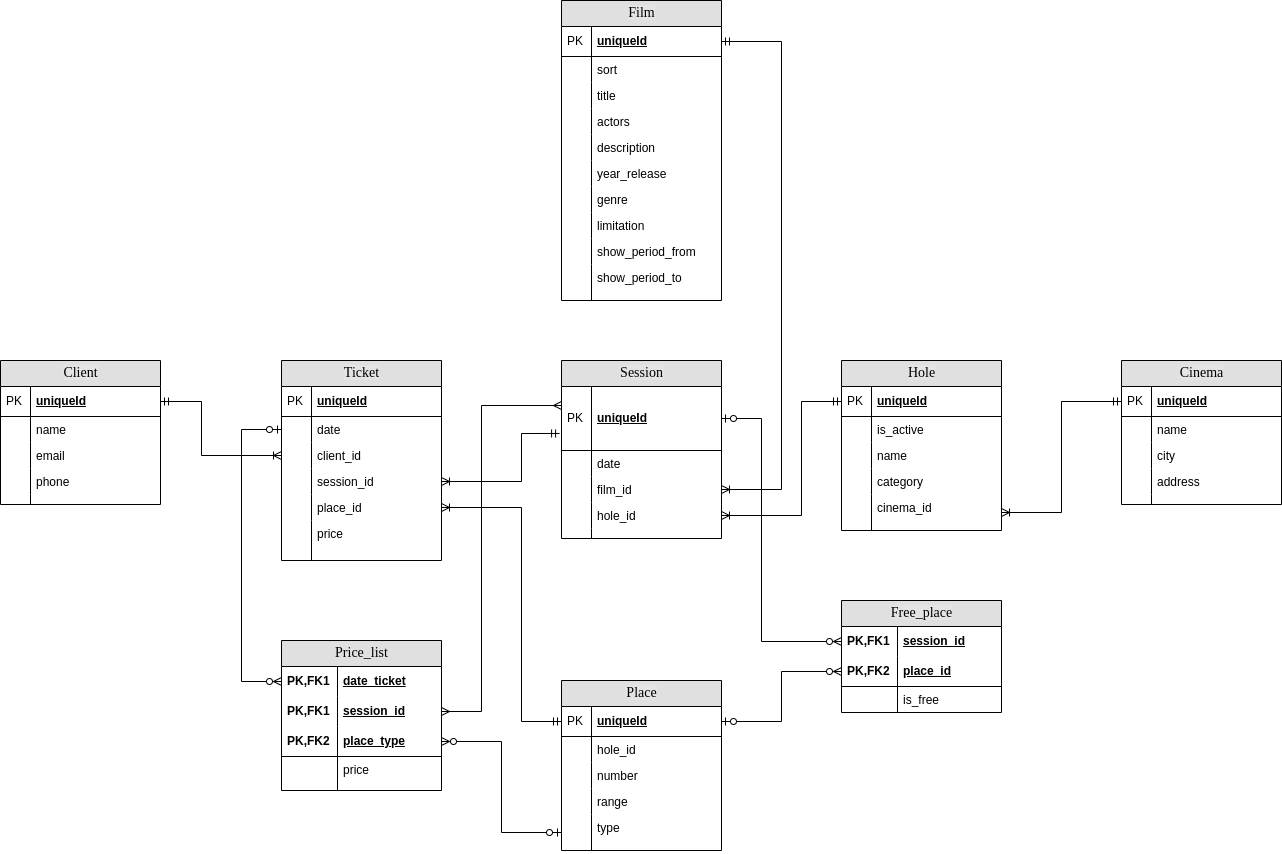
Above: otus-kiho.drawio.png in otusteamedu/PHP_2025 (draw.io), before the change. Source tidied: cells renumbered, new cells last; positions are measured from the earlier drawing's top-left corner, leaving out a move shared by most shapes.
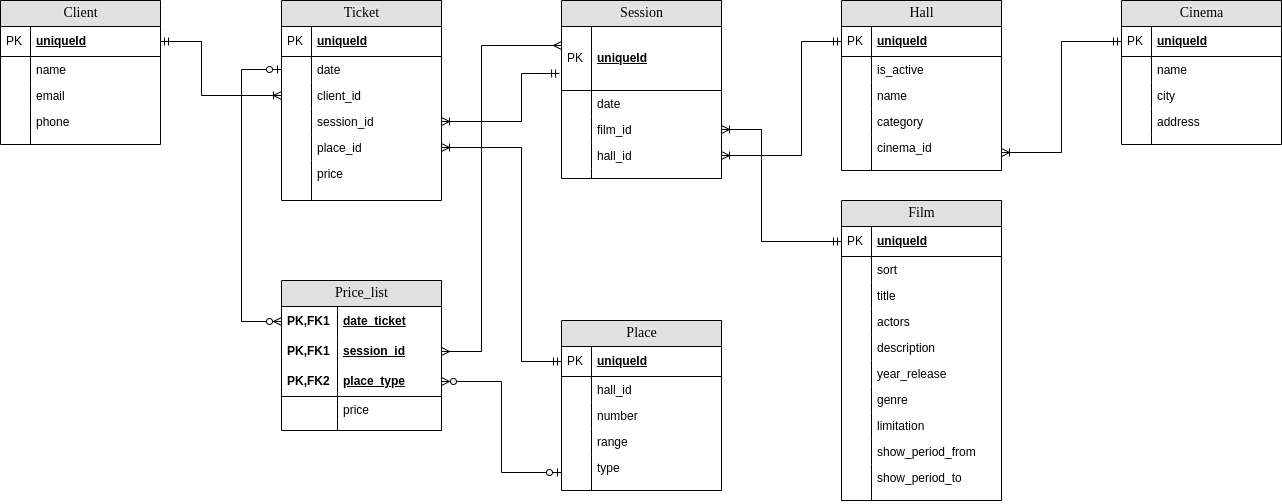
The same file after the commit.

What changed in the source:
```diff
@@ -95,7 +95,7 @@
     <mxCell id="32" style="shape=partialRectangle;top=0;left=0;bottom=0;html=1;fillColor=none;align=left;verticalAlign=top;spacingLeft=4;spacingRight=4;whiteSpace=wrap;overflow=hidden;" parent="31" vertex="1">
       <mxGeometry width="30" height="26" as="geometry" />
     </mxCell>
-    <mxCell id="33" value="hole_id" style="shape=partialRectangle;top=0;left=0;right=0;bottom=0;html=1;align=left;verticalAlign=top;fillColor=none;spacingLeft=34;spacingRight=4;whiteSpace=wrap;overflow=hidden;points=[[0,0.5],[1,0.5]];portConstraint=eastwest;" parent="26" vertex="1">
+    <mxCell id="33" value="hall_id" style="shape=partialRectangle;top=0;left=0;right=0;bottom=0;html=1;align=left;verticalAlign=top;fillColor=none;spacingLeft=34;spacingRight=4;whiteSpace=wrap;overflow=hidden;points=[[0,0.5],[1,0.5]];portConstraint=eastwest;" parent="26" vertex="1">
       <mxGeometry y="142" width="160" height="26" as="geometry" />
     </mxCell>
     <mxCell id="34" style="shape=partialRectangle;top=0;left=0;bottom=0;html=1;fillColor=none;align=left;verticalAlign=top;spacingLeft=4;spacingRight=4;whiteSpace=wrap;overflow=hidden;" parent="33" vertex="1">
@@ -107,7 +107,7 @@
     <mxCell id="36" style="shape=partialRectangle;top=0;left=0;bottom=0;html=1;fillColor=none;align=left;verticalAlign=top;spacingLeft=4;spacingRight=4;whiteSpace=wrap;overflow=hidden;" parent="35" vertex="1">
       <mxGeometry width="30" height="10" as="geometry" />
     </mxCell>
-    <mxCell id="37" value="&lt;span style=&quot;white-space: pre-wrap; background-color: rgb(228, 228, 228);&quot;&gt;&lt;font style=&quot;&quot;&gt;Hole&lt;/font&gt;&lt;/span&gt;" style="swimlane;html=1;fontStyle=0;horizontal=1;startSize=26;fillColor=#e0e0e0;swimlaneFillColor=#ffffff;align=center;rounded=0;shadow=0;comic=0;labelBackgroundColor=none;strokeWidth=1;fontFamily=Verdana;fontSize=14;" parent="1" vertex="1">
+    <mxCell id="37" value="&lt;span style=&quot;white-space: pre-wrap; background-color: rgb(228, 228, 228);&quot;&gt;&lt;font style=&quot;&quot;&gt;Hall&lt;/font&gt;&lt;/span&gt;" style="swimlane;html=1;fontStyle=0;horizontal=1;startSize=26;fillColor=#e0e0e0;swimlaneFillColor=#ffffff;align=center;rounded=0;shadow=0;comic=0;labelBackgroundColor=none;strokeWidth=1;fontFamily=Verdana;fontSize=14;" parent="1" vertex="1">
       <mxGeometry x="841" y="360" width="160" height="170" as="geometry" />
     </mxCell>
     <mxCell id="38" value="uniqueId" style="shape=partialRectangle;top=0;left=0;right=0;bottom=1;html=1;align=left;verticalAlign=middle;fillColor=none;spacingLeft=34;spacingRight=4;whiteSpace=wrap;overflow=hidden;points=[[0,0.5],[1,0.5]];portConstraint=eastwest;fontStyle=5;" parent="37" vertex="1">
@@ -174,7 +174,7 @@
       <mxGeometry width="30" height="10" as="geometry" />
     </mxCell>
     <mxCell id="59" value="&lt;span style=&quot;white-space: pre-wrap; background-color: rgb(228, 228, 228);&quot;&gt;&lt;font style=&quot;&quot;&gt;Film&lt;/font&gt;&lt;/span&gt;" style="swimlane;html=1;fontStyle=0;horizontal=1;startSize=26;fillColor=#e0e0e0;swimlaneFillColor=#ffffff;align=center;rounded=0;shadow=0;comic=0;labelBackgroundColor=none;strokeWidth=1;fontFamily=Verdana;fontSize=14;" parent="1" vertex="1">
-      <mxGeometry x="561" width="160" height="300" as="geometry" />
+      <mxGeometry x="841" y="560" width="160" height="300" as="geometry" />
     </mxCell>
     <mxCell id="60" value="uniqueId" style="shape=partialRectangle;top=0;left=0;right=0;bottom=1;html=1;align=left;verticalAlign=middle;fillColor=none;spacingLeft=34;spacingRight=4;whiteSpace=wrap;overflow=hidden;points=[[0,0.5],[1,0.5]];portConstraint=eastwest;fontStyle=5;" parent="59" vertex="1">
       <mxGeometry y="26" width="160" height="30" as="geometry" />
@@ -245,7 +245,7 @@
     <mxCell id="82" value="PK" style="shape=partialRectangle;top=0;left=0;bottom=0;html=1;fillColor=none;align=left;verticalAlign=middle;spacingLeft=4;spacingRight=4;whiteSpace=wrap;overflow=hidden;" parent="81" vertex="1">
       <mxGeometry width="30" height="30" as="geometry" />
     </mxCell>
-    <mxCell id="83" value="hole_id" style="shape=partialRectangle;top=0;left=0;right=0;bottom=0;html=1;align=left;verticalAlign=top;fillColor=none;spacingLeft=34;spacingRight=4;whiteSpace=wrap;overflow=hidden;" parent="80" vertex="1">
+    <mxCell id="83" value="hall_id" style="shape=partialRectangle;top=0;left=0;right=0;bottom=0;html=1;align=left;verticalAlign=top;fillColor=none;spacingLeft=34;spacingRight=4;whiteSpace=wrap;overflow=hidden;" parent="80" vertex="1">
       <mxGeometry y="56" width="160" height="26" as="geometry" />
     </mxCell>
     <mxCell id="84" style="shape=partialRectangle;top=0;left=0;bottom=0;html=1;fillColor=none;align=left;verticalAlign=top;spacingLeft=4;spacingRight=4;whiteSpace=wrap;overflow=hidden;" parent="83" vertex="1">
@@ -269,27 +269,6 @@
     <mxCell id="90" style="shape=partialRectangle;top=0;left=0;bottom=0;html=1;fillColor=none;align=left;verticalAlign=top;spacingLeft=4;spacingRight=4;whiteSpace=wrap;overflow=hidden;" parent="89" vertex="1">
       <mxGeometry width="30" height="36" as="geometry" />
     </mxCell>
-    <mxCell id="91" value="&lt;span style=&quot;white-space: pre-wrap; background-color: rgb(228, 228, 228);&quot;&gt;Free_place&lt;/span&gt;" style="swimlane;html=1;fontStyle=0;horizontal=1;startSize=26;fillColor=#e0e0e0;swimlaneFillColor=#ffffff;align=center;rounded=0;shadow=0;comic=0;labelBackgroundColor=none;strokeWidth=1;fontFamily=Verdana;fontSize=14;" parent="1" vertex="1">
-      <mxGeometry x="841" y="600" width="160" height="112" as="geometry" />
-    </mxCell>
-    <mxCell id="92" value="session_id" style="shape=partialRectangle;top=0;left=0;right=0;bottom=0;html=1;align=left;verticalAlign=middle;fillColor=none;spacingLeft=60;spacingRight=4;whiteSpace=wrap;overflow=hidden;points=[[0,0.5],[1,0.5]];portConstraint=eastwest;fontStyle=5;" parent="91" vertex="1">
-      <mxGeometry y="26" width="160" height="30" as="geometry" />
-    </mxCell>
-    <mxCell id="93" value="PK,FK1" style="shape=partialRectangle;fontStyle=1;top=0;left=0;bottom=0;html=1;fillColor=none;align=left;verticalAlign=middle;spacingLeft=4;spacingRight=4;whiteSpace=wrap;overflow=hidden;" parent="92" vertex="1">
-      <mxGeometry width="56" height="30" as="geometry" />
-    </mxCell>
-    <mxCell id="94" value="place_id" style="shape=partialRectangle;top=0;left=0;right=0;bottom=1;html=1;align=left;verticalAlign=middle;fillColor=none;spacingLeft=60;spacingRight=4;whiteSpace=wrap;overflow=hidden;points=[[0,0.5],[1,0.5]];portConstraint=eastwest;fontStyle=5;" parent="91" vertex="1">
-      <mxGeometry y="56" width="160" height="30" as="geometry" />
-    </mxCell>
-    <mxCell id="95" value="PK,FK2" style="shape=partialRectangle;fontStyle=1;top=0;left=0;bottom=0;html=1;fillColor=none;align=left;verticalAlign=middle;spacingLeft=4;spacingRight=4;whiteSpace=wrap;overflow=hidden;" parent="94" vertex="1">
-      <mxGeometry width="56" height="30" as="geometry" />
-    </mxCell>
-    <mxCell id="96" value="is_free" style="shape=partialRectangle;top=0;left=0;right=0;bottom=0;html=1;align=left;verticalAlign=top;fillColor=none;spacingLeft=60;spacingRight=4;whiteSpace=wrap;overflow=hidden;" parent="91" vertex="1">
-      <mxGeometry y="86" width="160" height="26" as="geometry" />
-    </mxCell>
-    <mxCell id="97" style="shape=partialRectangle;top=0;left=0;bottom=0;html=1;fillColor=none;align=left;verticalAlign=top;spacingLeft=4;spacingRight=4;whiteSpace=wrap;overflow=hidden;" parent="96" vertex="1">
-      <mxGeometry width="56" height="26" as="geometry" />
-    </mxCell>
     <mxCell id="98" value="Price_list" style="swimlane;html=1;fontStyle=0;horizontal=1;startSize=26;fillColor=#e0e0e0;swimlaneFillColor=#ffffff;align=center;rounded=0;shadow=0;comic=0;labelBackgroundColor=none;strokeWidth=1;fontFamily=Verdana;fontSize=14;" parent="1" vertex="1">
       <mxGeometry x="281" y="640" width="160" height="150" as="geometry" />
     </mxCell>
@@ -341,14 +320,6 @@
         </Array>
       </mxGeometry>
     </mxCell>
-    <mxCell id="110" style="endArrow=ERmandOne;html=1;rounded=0;exitX=1;exitY=0.5;exitDx=0;exitDy=0;entryX=1;entryY=0.5;entryDx=0;entryDy=0;edgeStyle=orthogonalEdgeStyle;startArrow=ERoneToMany;startFill=0;endFill=0;" parent="1" edge="1" source="31" target="60">
-      <mxGeometry relative="1" as="geometry">
-        <Array as="points">
-          <mxPoint x="781" y="489" />
-          <mxPoint x="781" y="41" />
-        </Array>
-      </mxGeometry>
-    </mxCell>
     <mxCell id="111" style="endArrow=ERmandOne;html=1;rounded=0;exitX=1;exitY=0.5;exitDx=0;exitDy=0;entryX=0;entryY=0.5;entryDx=0;entryDy=0;edgeStyle=elbowEdgeStyle;startArrow=ERoneToMany;startFill=0;endFill=0;" parent="1" edge="1" source="33" target="38">
       <mxGeometry relative="1" as="geometry">
         <Array as="points">
@@ -359,17 +330,6 @@
     <mxCell id="112" style="endArrow=ERmandOne;html=1;rounded=0;exitX=1;exitY=0.5;exitDx=0;exitDy=0;entryX=0;entryY=0.5;entryDx=0;entryDy=0;edgeStyle=orthogonalEdgeStyle;startArrow=ERoneToMany;startFill=0;endFill=0;" parent="1" edge="1" source="46" target="49">
       <mxGeometry relative="1" as="geometry" />
     </mxCell>
-    <mxCell id="113" style="endArrow=ERzeroToOne;html=1;rounded=0;entryX=1;entryY=0.5;entryDx=0;entryDy=0;exitX=0;exitY=0.5;exitDx=0;exitDy=0;startArrow=ERzeroToMany;startFill=0;endFill=0;edgeStyle=orthogonalEdgeStyle;" parent="1" edge="1" source="92" target="27">
-      <mxGeometry relative="1" as="geometry">
-        <Array as="points">
-          <mxPoint x="761" y="641" />
-          <mxPoint x="761" y="418" />
-        </Array>
-      </mxGeometry>
-    </mxCell>
-    <mxCell id="114" style="endArrow=ERzeroToMany;html=1;rounded=0;exitX=1;exitY=0.5;exitDx=0;exitDy=0;entryX=0;entryY=0.5;entryDx=0;entryDy=0;edgeStyle=orthogonalEdgeStyle;endFill=0;startArrow=ERzeroToOne;startFill=0;" parent="1" edge="1" source="81" target="94">
-      <mxGeometry relative="1" as="geometry" />
-    </mxCell>
     <mxCell id="115" style="endArrow=ERzeroToOne;html=1;rounded=0;entryX=0;entryY=0.5;entryDx=0;entryDy=0;exitX=0;exitY=0.5;exitDx=0;exitDy=0;edgeStyle=orthogonalEdgeStyle;startArrow=ERzeroToMany;startFill=0;endFill=0;" parent="1" edge="1" source="99" target="16">
       <mxGeometry relative="1" as="geometry">
         <Array as="points">
@@ -389,5 +349,13 @@
         </Array>
       </mxGeometry>
     </mxCell>
+    <mxCell id="118" style="endArrow=ERoneToMany;html=1;rounded=0;entryX=1;entryY=0.5;entryDx=0;entryDy=0;exitX=0;exitY=0.5;exitDx=0;exitDy=0;edgeStyle=orthogonalEdgeStyle;startArrow=ERmandOne;startFill=0;endFill=0;" parent="1" edge="1" source="60" target="31">
+      <mxGeometry relative="1" as="geometry">
+        <Array as="points">
+          <mxPoint x="761" y="601" />
+          <mxPoint x="761" y="489" />
+        </Array>
+      </mxGeometry>
+    </mxCell>
   </root>
 </mxGraphModel>
```
